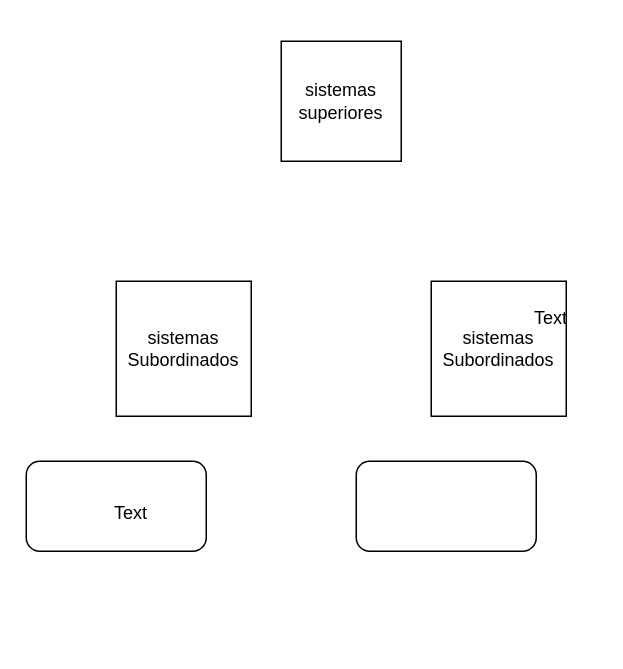
This is Diagrama sem nome.drawio from Gbraga30/ExerciciosHtml, a draw.io file, before an edit. Source tidied: cells renumbered, new cells numbered last; positions are measured from the earlier drawing's top-left corner, leaving out a move shared by most shapes. Both pictures are drawn from the tidied source at 150%, with x=0, y=0 at pixel (26, 40).
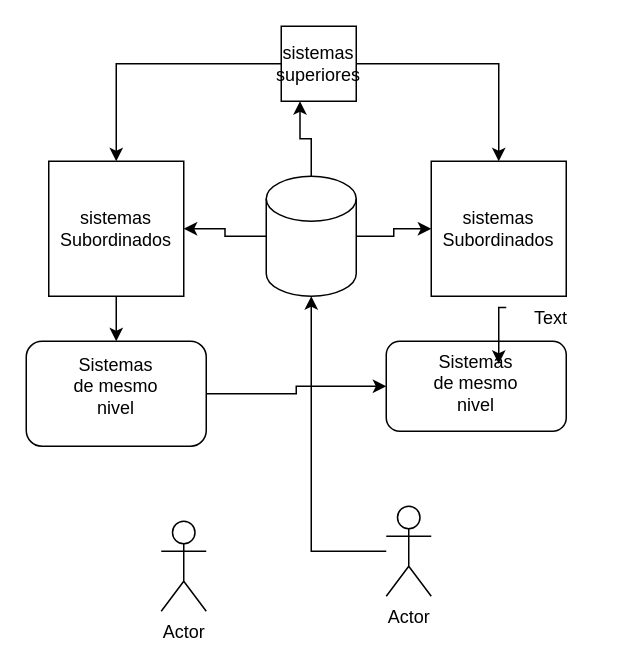
Above is the later version.

Unchanged cells that the change refers to:
```xml
<mxCell id="7" value="Text" style="text;html=1;strokeColor=none;fillColor=none;align=center;verticalAlign=middle;whiteSpace=wrap;rounded=0;" parent="1" vertex="1">
  <mxGeometry x="320" y="170" width="60" height="30" as="geometry" />
</mxCell>
```

What changed in the source:
```diff
@@
+    <mxCell id="9" style="edgeStyle=orthogonalEdgeStyle;rounded=0;jettySize=auto;html=1;" parent="1" edge="1" source="2" target="3">
+      <mxGeometry relative="1" as="geometry" />
+    </mxCell>
+    <mxCell id="10" style="edgeStyle=orthogonalEdgeStyle;rounded=0;jettySize=auto;html=1;entryX=0.5;entryY=0;entryDx=0;entryDy=0;" parent="1" edge="1" source="2" target="4">
+      <mxGeometry relative="1" as="geometry" />
+    </mxCell>
     <mxCell id="2" value="sistemas superiores" style="whiteSpace=wrap;html=1;" parent="1" vertex="1">
-      <mxGeometry x="170" width="80" height="80" as="geometry" />
+      <mxGeometry x="170" y="-10" width="50" height="50" as="geometry" />
     </mxCell>
+    <mxCell id="11" style="edgeStyle=orthogonalEdgeStyle;rounded=0;jettySize=auto;html=1;" parent="1" edge="1" source="3" target="6">
+      <mxGeometry relative="1" as="geometry" />
+    </mxCell>
     <mxCell id="3" value="sistemas Subordinados" style="whiteSpace=wrap;html=1;" parent="1" vertex="1">
-      <mxGeometry x="60" y="160" width="90" height="90" as="geometry" />
+      <mxGeometry x="15" y="80" width="90" height="90" as="geometry" />
     </mxCell>
     <mxCell id="4" value="sistemas Subordinados" style="whiteSpace=wrap;html=1;" parent="1" vertex="1">
-      <mxGeometry x="270" y="160" width="90" height="90" as="geometry" />
+      <mxGeometry x="270" y="80" width="90" height="90" as="geometry" />
     </mxCell>
     <mxCell id="5" style="rounded=1;whiteSpace=wrap;html=1;" parent="1" vertex="1">
-      <mxGeometry x="220" y="280" width="120" height="60" as="geometry" />
+      <mxGeometry x="240" y="200" width="120" height="60" as="geometry" />
     </mxCell>
+    <mxCell id="12" style="edgeStyle=orthogonalEdgeStyle;rounded=0;jettySize=auto;html=1;entryX=0;entryY=0.5;entryDx=0;entryDy=0;" parent="1" edge="1" source="6" target="5">
+      <mxGeometry relative="1" as="geometry" />
+    </mxCell>
     <mxCell id="6" style="rounded=1;whiteSpace=wrap;html=1;" parent="1" vertex="1">
-      <mxGeometry y="280" width="120" height="60" as="geometry" />
+      <mxGeometry y="200" width="120" height="70" as="geometry" />
     </mxCell>
+    <mxCell id="13" style="edgeStyle=orthogonalEdgeStyle;rounded=0;jettySize=auto;html=1;exitX=0;exitY=0.25;exitDx=0;exitDy=0;entryX=0.75;entryY=0;entryDx=0;entryDy=0;" parent="1" edge="1" source="7" target="14">
+      <mxGeometry relative="1" as="geometry" />
+    </mxCell>
@@
-    <mxCell id="8" value="Text" style="text;html=1;strokeColor=none;fillColor=none;align=center;verticalAlign=middle;whiteSpace=wrap;rounded=0;" parent="1" vertex="1">
-      <mxGeometry x="40" y="300" width="60" height="30" as="geometry" />
+    <mxCell id="8" value="Sistemas de mesmo nivel" style="text;html=1;strokeColor=none;fillColor=none;align=center;verticalAlign=middle;whiteSpace=wrap;rounded=0;" parent="1" vertex="1">
+      <mxGeometry x="30" y="215" width="60" height="30" as="geometry" />
     </mxCell>
+    <mxCell id="14" value="Sistemas de mesmo nivel" style="text;html=1;strokeColor=none;fillColor=none;align=center;verticalAlign=middle;whiteSpace=wrap;rounded=0;" parent="1" vertex="1">
+      <mxGeometry x="270" y="215" width="60" height="25" as="geometry" />
+    </mxCell>
+    <mxCell id="15" style="edgeStyle=orthogonalEdgeStyle;rounded=0;jettySize=auto;html=1;entryX=0.5;entryY=1;entryDx=0;entryDy=0;entryPerimeter=0;" parent="1" edge="1" source="16" target="21">
+      <mxGeometry relative="1" as="geometry" />
+    </mxCell>
+    <mxCell id="16" value="Actor" style="shape=umlActor;verticalLabelPosition=bottom;verticalAlign=top;html=1;outlineConnect=0;" parent="1" vertex="1">
+      <mxGeometry x="240" y="310" width="30" height="60" as="geometry" />
+    </mxCell>
+    <mxCell id="17" value="Actor" style="shape=umlActor;verticalLabelPosition=bottom;verticalAlign=top;html=1;" parent="1" vertex="1">
+      <mxGeometry x="90" y="320" width="30" height="60" as="geometry" />
+    </mxCell>
+    <mxCell id="18" style="edgeStyle=orthogonalEdgeStyle;rounded=0;jettySize=auto;html=1;entryX=0.25;entryY=1;entryDx=0;entryDy=0;" parent="1" edge="1" source="21" target="2">
+      <mxGeometry relative="1" as="geometry" />
+    </mxCell>
+    <mxCell id="19" style="edgeStyle=orthogonalEdgeStyle;rounded=0;jettySize=auto;html=1;" parent="1" edge="1" source="21" target="3">
+      <mxGeometry relative="1" as="geometry" />
+    </mxCell>
+    <mxCell id="20" style="edgeStyle=orthogonalEdgeStyle;rounded=0;jettySize=auto;html=1;" parent="1" edge="1" source="21" target="4">
+      <mxGeometry relative="1" as="geometry" />
+    </mxCell>
+    <mxCell id="21" style="shape=cylinder3;whiteSpace=wrap;html=1;boundedLbl=1;backgroundOutline=1;size=15;" parent="1" vertex="1">
+      <mxGeometry x="160" y="90" width="60" height="80" as="geometry" />
+    </mxCell>
```
